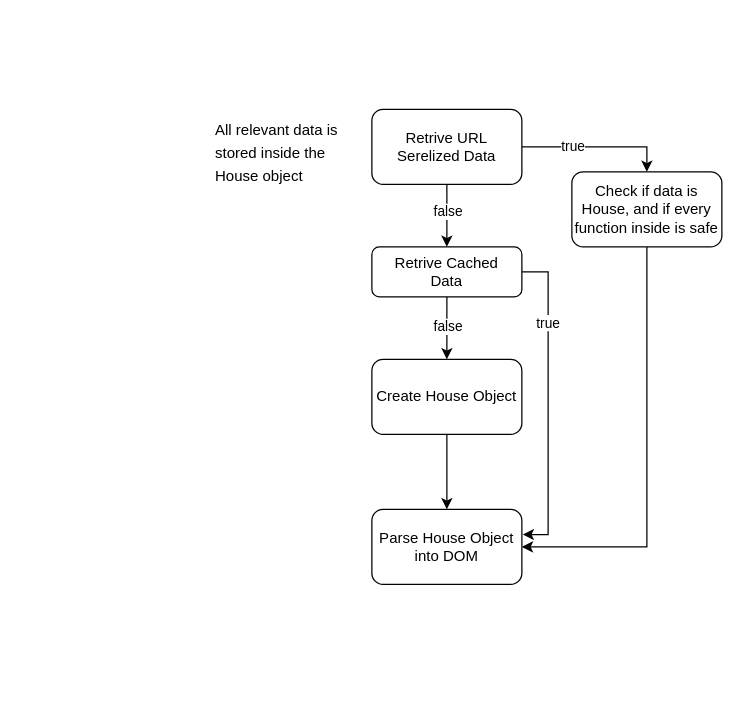
Earlier version of the draw.io diagram library-flow.drawio (carafelix/minimalist-library). Source tidied: cells renumbered, new cells numbered last; positions are measured from the earlier drawing's top-left corner, leaving out a move shared by most shapes. Both pictures are drawn from the tidied source at 125%, with x=0, y=0 at pixel (209, 109).
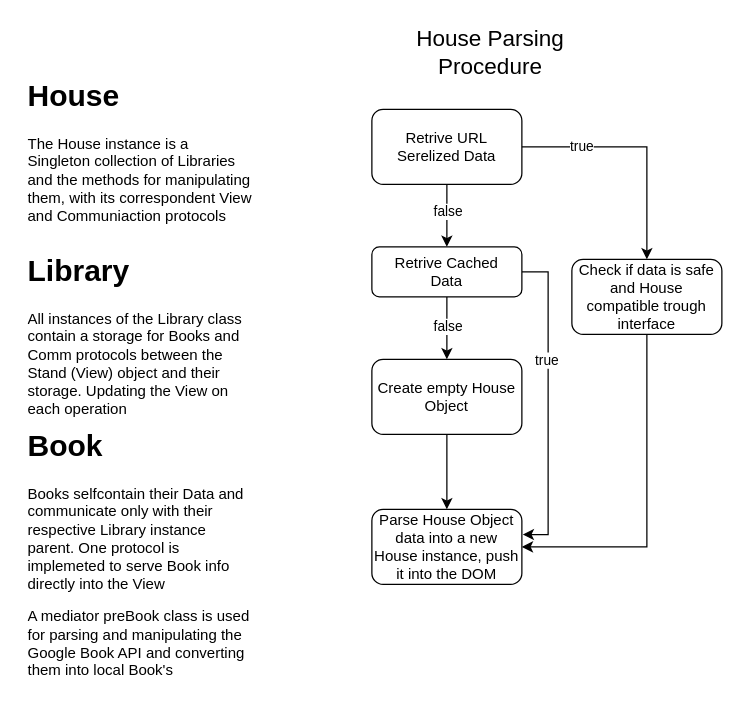
Above is the later version.

Commit message (it also covers changes not shown here):
add removal of libraries

The change refers to these unchanged cells:
```xml
<mxCell id="14" style="edgeStyle=orthogonalEdgeStyle;rounded=0;jettySize=auto;html=1;entryX=0.5;entryY=0;entryDx=0;entryDy=0;" parent="1" edge="1" source="7" target="17">
  <mxGeometry relative="1" as="geometry">
    <Array as="points">
      <mxPoint x="350" y="30" />
    </Array>
  </mxGeometry>
</mxCell>
```

Diff of the diagram source:
```diff
@@
-    <mxCell id="10" value="&lt;h1 style=&quot;line-height: 60%;&quot;&gt;&lt;span style=&quot;background-color: initial; font-size: 12px; font-weight: normal;&quot;&gt;All relevant data is stored inside the House object&lt;/span&gt;&lt;br&gt;&lt;/h1&gt;" style="text;html=1;strokeColor=none;fillColor=none;spacing=5;spacingTop=-20;whiteSpace=wrap;overflow=hidden;rounded=0;" parent="1" vertex="1">
-      <mxGeometry width="130" height="120" as="geometry" />
-    </mxCell>
@@
-    <mxCell id="12" value="Create House Object" style="whiteSpace=wrap;html=1;rounded=1;glass=0;strokeWidth=1;shadow=0;" parent="1" vertex="1">
+    <mxCell id="12" value="Create empty House Object" style="whiteSpace=wrap;html=1;rounded=1;glass=0;strokeWidth=1;shadow=0;" parent="1" vertex="1">
       <mxGeometry x="130" y="200" width="120" height="60" as="geometry" />
     </mxCell>
-    <mxCell id="13" value="&lt;div style=&quot;&quot;&gt;&lt;span style=&quot;background-color: initial;&quot;&gt;Parse House Object into DOM&lt;/span&gt;&lt;/div&gt;" style="whiteSpace=wrap;html=1;rounded=1;align=center;" parent="1" vertex="1">
+    <mxCell id="13" value="&lt;div style=&quot;&quot;&gt;&lt;span style=&quot;background-color: initial;&quot;&gt;Parse House Object data into a new House instance, push it into the DOM&lt;/span&gt;&lt;/div&gt;" style="whiteSpace=wrap;html=1;rounded=1;align=center;" parent="1" vertex="1">
       <mxGeometry x="130" y="320" width="120" height="60" as="geometry" />
     </mxCell>
@@
     <mxCell id="15" value="true&lt;br&gt;" style="edgeLabel;html=1;align=center;verticalAlign=middle;" parent="14" vertex="1">
       <mxGeometry x="-0.3" relative="1" as="geometry">
-        <mxPoint x="-22" y="140" as="offset" />
+        <mxPoint x="-48" y="170" as="offset" />
       </mxGeometry>
     </mxCell>
@@
-    <mxCell id="17" value="Check if data is House, and if every function inside is safe" style="rounded=1;whiteSpace=wrap;html=1;" parent="1" vertex="1">
-      <mxGeometry x="290" y="50" width="120" height="60" as="geometry" />
+    <mxCell id="17" value="Check if data is safe and House compatible trough interface" style="rounded=1;whiteSpace=wrap;html=1;" parent="1" vertex="1">
+      <mxGeometry x="290" y="120" width="120" height="60" as="geometry" />
     </mxCell>
+    <mxCell id="18" value="&lt;h1&gt;House&lt;/h1&gt;&lt;p&gt;&lt;span style=&quot;background-color: initial;&quot;&gt;The House instance is a Singleton collection of Libraries and the methods for manipulating them, with its correspondent View and Communiaction protocols&lt;/span&gt;&lt;br&gt;&lt;/p&gt;" style="text;html=1;strokeColor=none;fillColor=none;spacing=5;spacingTop=-20;whiteSpace=wrap;overflow=hidden;rounded=0;" parent="1" vertex="1">
+      <mxGeometry x="-150" y="-30" width="190" height="160" as="geometry" />
+    </mxCell>
+    <mxCell id="19" value="&lt;h1&gt;Library&lt;/h1&gt;&lt;div&gt;All instances of the Library class contain a storage for Books and Comm protocols between the Stand (View) object and their storage. Updating the View on each operation&lt;br&gt;&lt;/div&gt;" style="text;html=1;strokeColor=none;fillColor=none;spacing=5;spacingTop=-20;whiteSpace=wrap;overflow=hidden;rounded=0;" parent="1" vertex="1">
+      <mxGeometry x="-150" y="110" width="190" height="150" as="geometry" />
+    </mxCell>
+    <mxCell id="20" value="&lt;h1&gt;Book&lt;/h1&gt;&lt;p&gt;Books selfcontain their Data and communicate only with their respective Library instance parent. One protocol is implemeted to serve Book info directly into the View&amp;nbsp;&lt;/p&gt;&lt;p&gt;&lt;span style=&quot;background-color: initial;&quot;&gt;A mediator preBook class is used for parsing and manipulating the Google Book API and converting them into local Book's&lt;/span&gt;&lt;/p&gt;" style="text;html=1;strokeColor=none;fillColor=none;spacing=5;spacingTop=-20;whiteSpace=wrap;overflow=hidden;rounded=0;" parent="1" vertex="1">
+      <mxGeometry x="-150" y="250" width="190" height="220" as="geometry" />
+    </mxCell>
+    <mxCell id="21" value="&lt;font style=&quot;font-size: 18px;&quot;&gt;House Parsing Procedure&lt;/font&gt;" style="text;html=1;strokeColor=none;fillColor=none;align=center;verticalAlign=middle;whiteSpace=wrap;rounded=0;" parent="1" vertex="1">
+      <mxGeometry x="160" y="-70" width="130" height="50" as="geometry" />
+    </mxCell>
```
